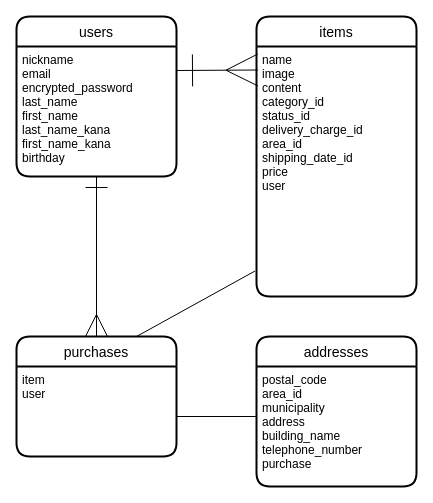
Before: ER.dio in nagano518/furima-38866, a draw.io diagram. Source tidied: cells renumbered, new cells numbered last; positions are measured from the earlier drawing's top-left corner, leaving out a move shared by most shapes. Both pictures are drawn from the tidied source at 100%, with x=0, y=0 at pixel (16, 16).
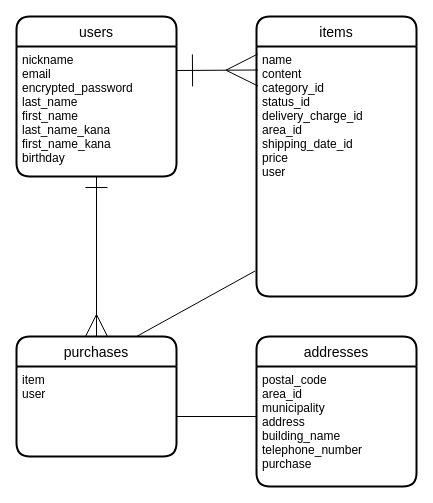
Above is the later version.

What changed in the source:
```diff
@@
 <mxGraphModel>
   <root>
     <mxCell id="0" />
     <mxCell id="1" parent="0" />
     <mxCell id="2" value="users" style="swimlane;horizontal=1;startSize=30;rounded=1;fontSize=14;fontStyle=0;strokeWidth=2;shadow=0;dashed=0;align=center;" parent="1" vertex="1">
       <mxGeometry width="160" height="160" as="geometry" />
     </mxCell>
     <mxCell id="3" value="nickname&#10;email&#10;encrypted_password&#10;last_name&#10;first_name&#10;last_name_kana&#10;first_name_kana&#10;birthday" style="align=left;strokeColor=none;fillColor=none;spacingLeft=4;fontSize=12;verticalAlign=top;" parent="2" vertex="1">
       <mxGeometry y="30" width="160" height="130" as="geometry" />
     </mxCell>
     <mxCell id="4" value="items" style="swimlane;horizontal=1;startSize=30;rounded=1;fontSize=14;fontStyle=0;strokeWidth=2;shadow=0;dashed=0;align=center;" parent="1" vertex="1">
       <mxGeometry x="240" width="160" height="280" as="geometry" />
     </mxCell>
-    <mxCell id="5" value="name&#10;image&#10;content&#10;category_id&#10;status_id&#10;delivery_charge_id&#10;area_id&#10;shipping_date_id&#10;price&#10;user" style="align=left;strokeColor=none;fillColor=none;spacingLeft=4;fontSize=12;verticalAlign=top;" parent="4" vertex="1">
+    <mxCell id="5" value="name&#10;content&#10;category_id&#10;status_id&#10;delivery_charge_id&#10;area_id&#10;shipping_date_id&#10;price&#10;user" style="align=left;strokeColor=none;fillColor=none;spacingLeft=4;fontSize=12;verticalAlign=top;" parent="4" vertex="1">
       <mxGeometry y="30" width="160" height="250" as="geometry" />
     </mxCell>
     <mxCell id="6" style="edgeStyle=none;html=1;endArrow=ERmany;endFill=0;endSize=30;startArrow=ERone;startFill=0;startSize=30;entryX=0.009;entryY=0.094;entryDx=0;entryDy=0;entryPerimeter=0;" parent="1" edge="1" target="5">
       <mxGeometry relative="1" as="geometry">
         <mxPoint x="160" y="54" as="sourcePoint" />
       </mxGeometry>
     </mxCell>
     <mxCell id="7" style="endArrow=none;html=1;startSize=30;endSize=30;entryX=-0.009;entryY=0.898;entryDx=0;entryDy=0;exitX=0.75;exitY=0;exitDx=0;exitDy=0;entryPerimeter=0;" parent="1" edge="1" source="8" target="5">
       <mxGeometry relative="1" as="geometry" />
     </mxCell>
     <mxCell id="8" value="purchases" style="swimlane;horizontal=1;startSize=30;rounded=1;fontSize=14;fontStyle=0;strokeWidth=2;shadow=0;dashed=0;align=center;" parent="1" vertex="1">
       <mxGeometry y="320" width="160" height="120" as="geometry" />
     </mxCell>
     <mxCell id="9" value="item&#10;user" style="align=left;strokeColor=none;fillColor=none;spacingLeft=4;fontSize=12;verticalAlign=top;" parent="8" vertex="1">
       <mxGeometry y="30" width="160" height="90" as="geometry" />
     </mxCell>
     <mxCell id="10" style="edgeStyle=none;html=1;exitX=0.5;exitY=1;exitDx=0;exitDy=0;entryX=0.5;entryY=0;entryDx=0;entryDy=0;fontSize=11;startArrow=ERone;startFill=0;endArrow=ERmany;endFill=0;startSize=20;endSize=20;" parent="1" edge="1" source="3" target="8">
       <mxGeometry relative="1" as="geometry" />
     </mxCell>
     <mxCell id="11" value="addresses" style="swimlane;horizontal=1;startSize=30;rounded=1;fontSize=14;fontStyle=0;strokeWidth=2;shadow=0;dashed=0;align=center;" parent="1" vertex="1">
       <mxGeometry x="240" y="320" width="160" height="150" as="geometry" />
     </mxCell>
     <mxCell id="12" value="postal_code&#10;area_id&#10;municipality&#10;address&#10;building_name&#10;telephone_number&#10;purchase" style="align=left;strokeColor=none;fillColor=none;spacingLeft=4;fontSize=12;verticalAlign=top;" parent="11" vertex="1">
       <mxGeometry y="30" width="160" height="120" as="geometry" />
     </mxCell>
     <mxCell id="13" style="edgeStyle=none;html=1;fontSize=11;startArrow=none;startFill=0;endArrow=none;endFill=0;startSize=20;endSize=20;" parent="1" edge="1">
       <mxGeometry relative="1" as="geometry">
         <mxPoint x="160" y="400" as="sourcePoint" />
         <mxPoint x="240" y="400" as="targetPoint" />
       </mxGeometry>
     </mxCell>
   </root>
 </mxGraphModel>
```
